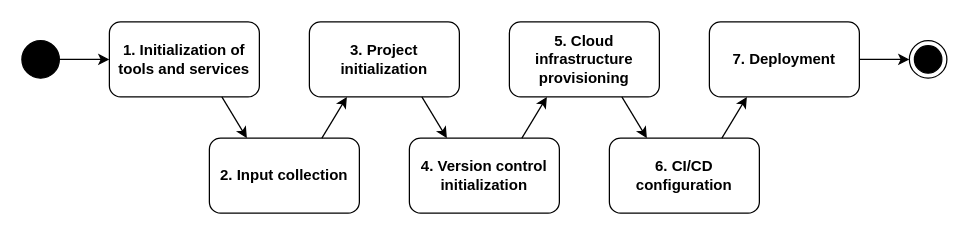
Earlier version of the draw.io diagram the_flow.drawio (oscarmarcussen/master_diagram). Source tidied: cells renumbered, new cells numbered last; positions are measured from the earlier drawing's top-left corner, leaving out a move shared by most shapes. Both pictures are drawn from the tidied source at 125%, with x=0, y=0 at pixel (21, 21).
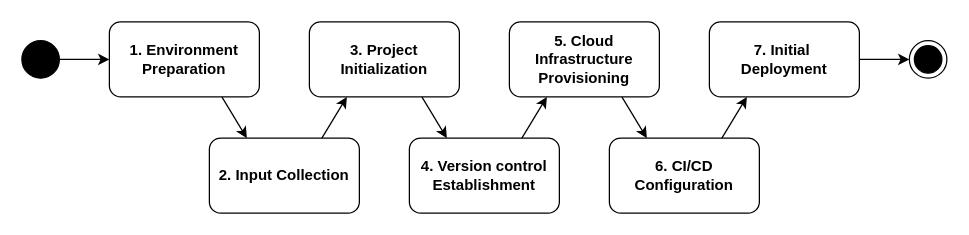
After the change.

Change to the diagram source:
```diff
@@
-    <mxCell id="2" value="&lt;b&gt;2. Input collection&lt;/b&gt;" style="rounded=1;whiteSpace=wrap;html=1;" parent="1" vertex="1">
+    <mxCell id="2" value="&lt;b&gt;2. Input Collection&lt;/b&gt;" style="rounded=1;whiteSpace=wrap;html=1;" parent="1" vertex="1">
       <mxGeometry x="150" y="93" width="120" height="60" as="geometry" />
     </mxCell>
-    <mxCell id="3" value="&lt;b&gt;1. Initialization of tools and services&lt;/b&gt;" style="rounded=1;whiteSpace=wrap;html=1;" parent="1" vertex="1">
+    <mxCell id="3" value="&lt;b&gt;1. Environment Preparation&lt;/b&gt;" style="rounded=1;whiteSpace=wrap;html=1;" parent="1" vertex="1">
       <mxGeometry x="70" width="120" height="60" as="geometry" />
     </mxCell>
-    <mxCell id="4" value="&lt;b&gt;3. Project initialization&lt;/b&gt;" style="rounded=1;whiteSpace=wrap;html=1;" parent="1" vertex="1">
+    <mxCell id="4" value="&lt;b&gt;3. Project Initialization&lt;/b&gt;" style="rounded=1;whiteSpace=wrap;html=1;" parent="1" vertex="1">
       <mxGeometry x="230" width="120" height="60" as="geometry" />
     </mxCell>
-    <mxCell id="5" value="&lt;b&gt;4.&amp;nbsp;&lt;/b&gt;&lt;span class=&quot;notion-enable-hover&quot; style=&quot;font-weight:600&quot;&gt;Version control initialization&lt;/span&gt;" style="rounded=1;whiteSpace=wrap;html=1;" parent="1" vertex="1">
+    <mxCell id="5" value="&lt;b&gt;4.&amp;nbsp;&lt;/b&gt;&lt;span class=&quot;notion-enable-hover&quot; style=&quot;font-weight:600&quot;&gt;Version control Establishment&lt;/span&gt;" style="rounded=1;whiteSpace=wrap;html=1;" parent="1" vertex="1">
       <mxGeometry x="310" y="93" width="120" height="60" as="geometry" />
     </mxCell>
-    <mxCell id="6" value="&lt;b&gt;5. Cloud i&lt;/b&gt;&lt;span class=&quot;notion-enable-hover&quot; style=&quot;font-weight:600&quot;&gt;nfrastructure provisioning&lt;/span&gt;" style="rounded=1;whiteSpace=wrap;html=1;" parent="1" vertex="1">
+    <mxCell id="6" value="&lt;b&gt;5. Cloud I&lt;/b&gt;&lt;span class=&quot;notion-enable-hover&quot; style=&quot;font-weight:600&quot;&gt;nfrastructure Provisioning&lt;/span&gt;" style="rounded=1;whiteSpace=wrap;html=1;" parent="1" vertex="1">
       <mxGeometry x="390" width="120" height="60" as="geometry" />
     </mxCell>
-    <mxCell id="7" value="&lt;b&gt;6.&lt;/b&gt;&amp;nbsp;&lt;span class=&quot;notion-enable-hover&quot; style=&quot;font-weight:600&quot;&gt;CI/CD configuration&lt;/span&gt;" style="rounded=1;whiteSpace=wrap;html=1;" parent="1" vertex="1">
+    <mxCell id="7" value="&lt;b&gt;6.&lt;/b&gt;&amp;nbsp;&lt;span class=&quot;notion-enable-hover&quot; style=&quot;font-weight:600&quot;&gt;CI/CD Configuration&lt;/span&gt;" style="rounded=1;whiteSpace=wrap;html=1;" parent="1" vertex="1">
       <mxGeometry x="470" y="93" width="120" height="60" as="geometry" />
     </mxCell>
@@
-    <mxCell id="9" value="&lt;b&gt;7. Deployment&lt;/b&gt;" style="rounded=1;whiteSpace=wrap;html=1;" parent="1" vertex="1">
+    <mxCell id="9" value="&lt;b&gt;7. Initial&amp;nbsp;&lt;/b&gt;&lt;div&gt;&lt;b&gt;Deployment&lt;/b&gt;&lt;/div&gt;" style="rounded=1;whiteSpace=wrap;html=1;" parent="1" vertex="1">
       <mxGeometry x="550" width="120" height="60" as="geometry" />
     </mxCell>
```
